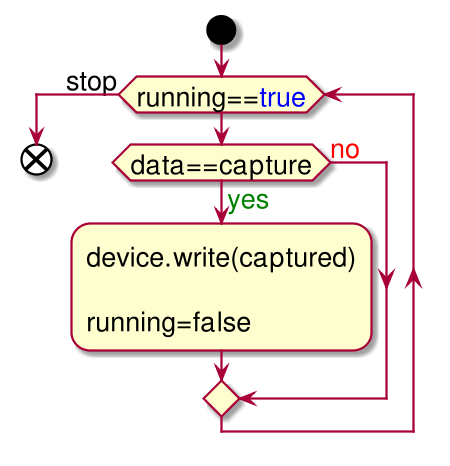
This is Dissertation/images/imodbuselementwriter_activity.png from UlrichVonRekkenin/PhdLaTeX, a PlantUML export, as it was before one commit. The source it was exported from:
```plantuml
@startuml
scale 1.5
skinparam {
    Dpi 300
    PackageFontSize 20
    arrowThickness 4
    DefaultFontSize 18
    ClassFontSize 28
    ClassAttributeFontSize 25
}

start

while (running==<color:blue>true</color>)
    if (data==capture) then (<color:green>yes</color>)
        -device.write(captured)\n\nrunning=false
    else (<color:red>no</color>)
    endif
endwhile (stop)

end

@enduml
```
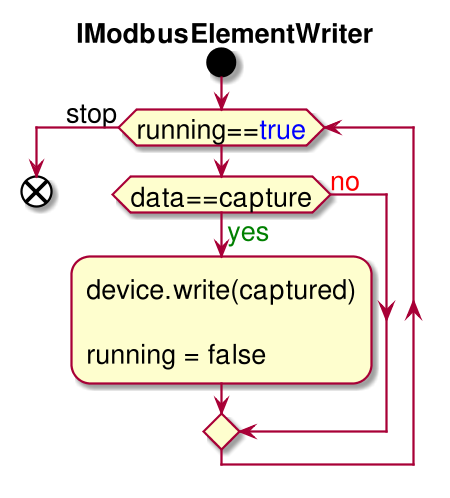
The same diagram one commit later.

What changed in the source:
```diff
@@ -8,12 +8,13 @@
     ClassFontSize 28
     ClassAttributeFontSize 25
 }
+title **IModbusElementWriter**
 
 start
 
 while (running==<color:blue>true</color>)
     if (data==capture) then (<color:green>yes</color>)
-        -device.write(captured)\n\nrunning=false
+        -device.write(captured)\n\nrunning = false
     else (<color:red>no</color>)
     endif
 endwhile (stop)
```
